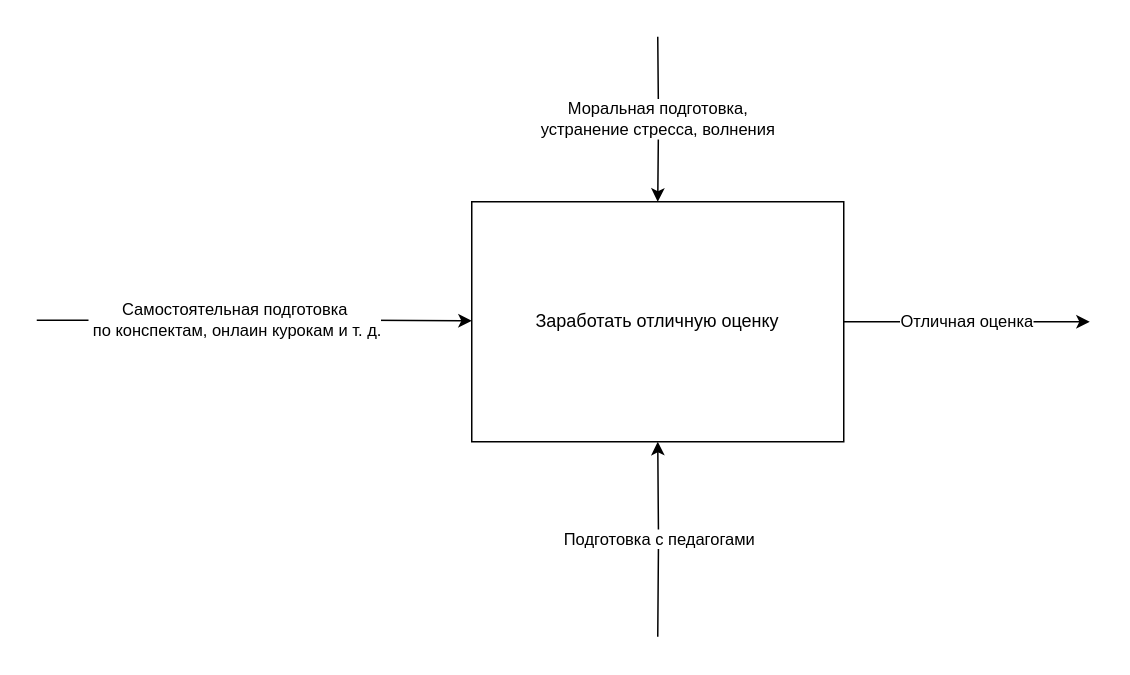
Earlier version of the draw.io diagram First exercise.drawio (IcRipperr/IDEF0). Source tidied: cells renumbered, new cells numbered last; positions are measured from the earlier drawing's top-left corner, leaving out a move shared by most shapes. Both pictures are drawn from the tidied source at 150%, with x=0, y=0 at pixel (36, 36).
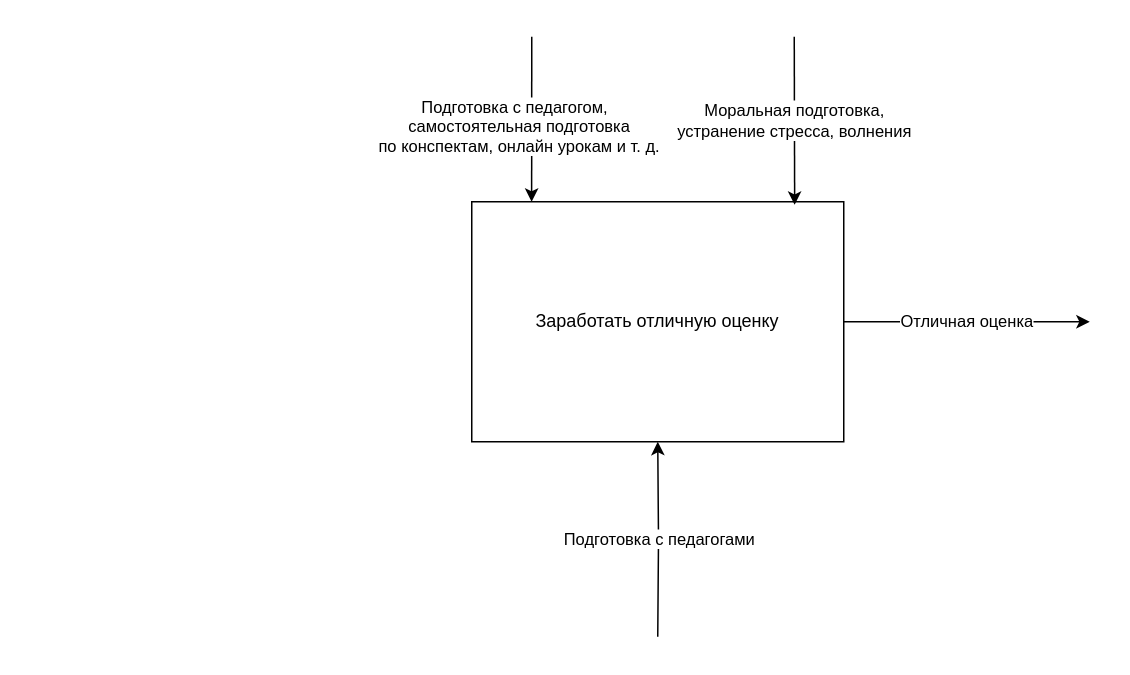
Above is the later version.

The edit, as a diff of the source:
```diff
@@
 <mxGraphModel>
   <root>
     <mxCell id="0" />
     <mxCell id="1" parent="0" />
     <mxCell id="2" value="Отличная оценка" style="edgeStyle=orthogonalEdgeStyle;rounded=0;jettySize=auto;html=1;" parent="1" edge="1" source="3">
       <mxGeometry relative="1" as="geometry">
         <mxPoint x="702" y="190" as="targetPoint" />
       </mxGeometry>
     </mxCell>
     <mxCell id="3" value="Заработать отличную оценку" style="rounded=0;whiteSpace=wrap;html=1;" parent="1" vertex="1">
       <mxGeometry x="290" y="110" width="248" height="160" as="geometry" />
     </mxCell>
     <mxCell id="4" value="Подготовка с педагогами" style="edgeStyle=orthogonalEdgeStyle;rounded=0;jettySize=auto;html=1;entryX=0.5;entryY=1;entryDx=0;entryDy=0;" parent="1" edge="1" target="3">
       <mxGeometry relative="1" as="geometry">
         <mxPoint x="414" y="400" as="sourcePoint" />
       </mxGeometry>
     </mxCell>
-    <mxCell id="5" value="Самостоятельная подготовка&lt;br&gt;&amp;nbsp;по&amp;nbsp;конспектам, онлаин курокам и т. д." style="edgeStyle=orthogonalEdgeStyle;rounded=0;orthogonalLoop=1;jettySize=auto;html=1;" parent="1" edge="1">
-      <mxGeometry x="-0.1" relative="1" as="geometry">
-        <mxPoint y="189" as="sourcePoint" />
-        <mxPoint x="290" y="189.4" as="targetPoint" />
+    <mxCell id="5" value="Подготовка с педагогом,&amp;nbsp;&lt;br&gt;&amp;nbsp;самостоятельная подготовка&lt;br&gt;&amp;nbsp;по&amp;nbsp;конспектам, онлайн урокам и т. д." style="edgeStyle=orthogonalEdgeStyle;rounded=0;jettySize=auto;html=1;entryX=0.161;entryY=0;entryDx=0;entryDy=0;entryPerimeter=0;" parent="1" edge="1" target="3">
+      <mxGeometry x="0.09" y="-10" relative="1" as="geometry">
+        <mxPoint x="330" as="sourcePoint" />
         <Array as="points">
-          <mxPoint x="220" y="189" />
-          <mxPoint x="220" y="189" />
+          <mxPoint x="330" />
         </Array>
-        <mxPoint x="1" as="offset" />
       </mxGeometry>
     </mxCell>
-    <mxCell id="6" value="Моральная подготовка, &lt;br&gt;устранение стресса, волнения" style="edgeStyle=orthogonalEdgeStyle;rounded=0;jettySize=auto;html=1;entryX=0.5;entryY=0;entryDx=0;entryDy=0;" parent="1" edge="1" target="3">
+    <mxCell id="6" value="Моральная подготовка, &lt;br&gt;устранение стресса, волнения" style="edgeStyle=orthogonalEdgeStyle;rounded=0;jettySize=auto;html=1;entryX=0.868;entryY=0.013;entryDx=0;entryDy=0;entryPerimeter=0;" parent="1" edge="1" target="3">
       <mxGeometry relative="1" as="geometry">
-        <mxPoint x="414" as="sourcePoint" />
+        <mxPoint x="505" as="sourcePoint" />
+        <Array as="points">
+          <mxPoint x="505" />
+        </Array>
       </mxGeometry>
     </mxCell>
   </root>
 </mxGraphModel>
```
